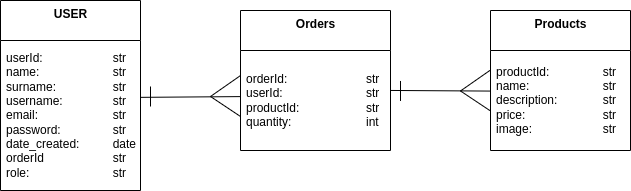
Earlier version of the draw.io export DB/mongodb_design_structure.drawio.png (GirishMahabir/MDX-E-Commerce-Coursework). Source tidied: cells renumbered, new cells last; positions are measured from the earlier drawing's top-left corner, leaving out a move shared by most shapes.
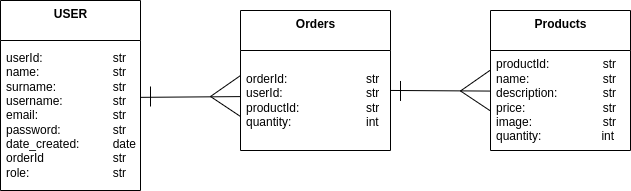
Above is the later version.

Commit message:
Added quantity field in products table to design.

What changed in the source:
```diff
@@ -5,7 +5,7 @@
     <mxCell id="2" value="&lt;b&gt;Products&lt;/b&gt;" style="swimlane;fontStyle=0;align=center;verticalAlign=top;horizontal=1;startSize=40;html=1;" parent="1" vertex="1">
       <mxGeometry x="490" y="10" width="140" height="140" as="geometry" />
     </mxCell>
-    <mxCell id="3" value="productId:&lt;span style=&quot;white-space: pre&quot;&gt;&#9;&lt;span style=&quot;white-space: pre&quot;&gt;&#9;&lt;/span&gt;s&lt;/span&gt;tr&lt;br&gt;name:&lt;span style=&quot;white-space: pre&quot;&gt;&#9;&lt;/span&gt;&lt;span style=&quot;white-space: pre&quot;&gt;&#9;&lt;/span&gt;&lt;span style=&quot;white-space: pre&quot;&gt;&#9;&lt;/span&gt;str&lt;br&gt;description:&lt;span style=&quot;white-space: pre&quot;&gt;&#9;&lt;/span&gt;&lt;span style=&quot;white-space: pre&quot;&gt;&#9;&lt;/span&gt;str&lt;br&gt;price:&lt;span style=&quot;white-space: pre&quot;&gt;&#9;&lt;/span&gt;&lt;span style=&quot;white-space: pre&quot;&gt;&#9;&lt;/span&gt;&lt;span style=&quot;white-space: pre&quot;&gt;&#9;&lt;/span&gt;str&lt;br&gt;image:&lt;span style=&quot;white-space: pre&quot;&gt;&#9;&lt;/span&gt;&lt;span style=&quot;white-space: pre&quot;&gt;&#9;&lt;/span&gt;&lt;span style=&quot;white-space: pre&quot;&gt;&#9;&lt;/span&gt;str" style="text;html=1;strokeColor=none;fillColor=none;align=left;verticalAlign=middle;spacingLeft=4;spacingRight=4;overflow=hidden;" parent="2" vertex="1">
+    <mxCell id="3" value="productId:&lt;span style=&quot;white-space: pre&quot;&gt;&#9;&lt;span style=&quot;white-space: pre&quot;&gt;&#9;&lt;/span&gt;s&lt;/span&gt;tr&lt;br&gt;name:&lt;span style=&quot;white-space: pre&quot;&gt;&#9;&lt;/span&gt;&lt;span style=&quot;white-space: pre&quot;&gt;&#9;&lt;/span&gt;&lt;span style=&quot;white-space: pre&quot;&gt;&#9;&lt;/span&gt;str&lt;br&gt;description:&lt;span style=&quot;white-space: pre&quot;&gt;&#9;&lt;/span&gt;&lt;span style=&quot;white-space: pre&quot;&gt;&#9;&lt;/span&gt;str&lt;br&gt;price:&lt;span style=&quot;white-space: pre&quot;&gt;&#9;&lt;/span&gt;&lt;span style=&quot;white-space: pre&quot;&gt;&#9;&lt;/span&gt;&lt;span style=&quot;white-space: pre&quot;&gt;&#9;&lt;/span&gt;str&lt;br&gt;image:&lt;span style=&quot;white-space: pre&quot;&gt;&#9;&lt;/span&gt;&lt;span style=&quot;white-space: pre&quot;&gt;&#9;&lt;/span&gt;&lt;span style=&quot;white-space: pre&quot;&gt;&#9;&lt;/span&gt;str&lt;br&gt;quantity:&amp;nbsp; &amp;nbsp; &amp;nbsp; &amp;nbsp; &amp;nbsp; &amp;nbsp; &amp;nbsp; &amp;nbsp; &amp;nbsp; int" style="text;html=1;strokeColor=none;fillColor=none;align=left;verticalAlign=middle;spacingLeft=4;spacingRight=4;overflow=hidden;" parent="2" vertex="1">
       <mxGeometry y="40" width="140" height="100" as="geometry" />
     </mxCell>
     <mxCell id="4" value="&lt;b&gt;USER&lt;/b&gt;" style="swimlane;fontStyle=0;align=center;verticalAlign=top;horizontal=1;startSize=40;html=1;" parent="1" vertex="1">
```
